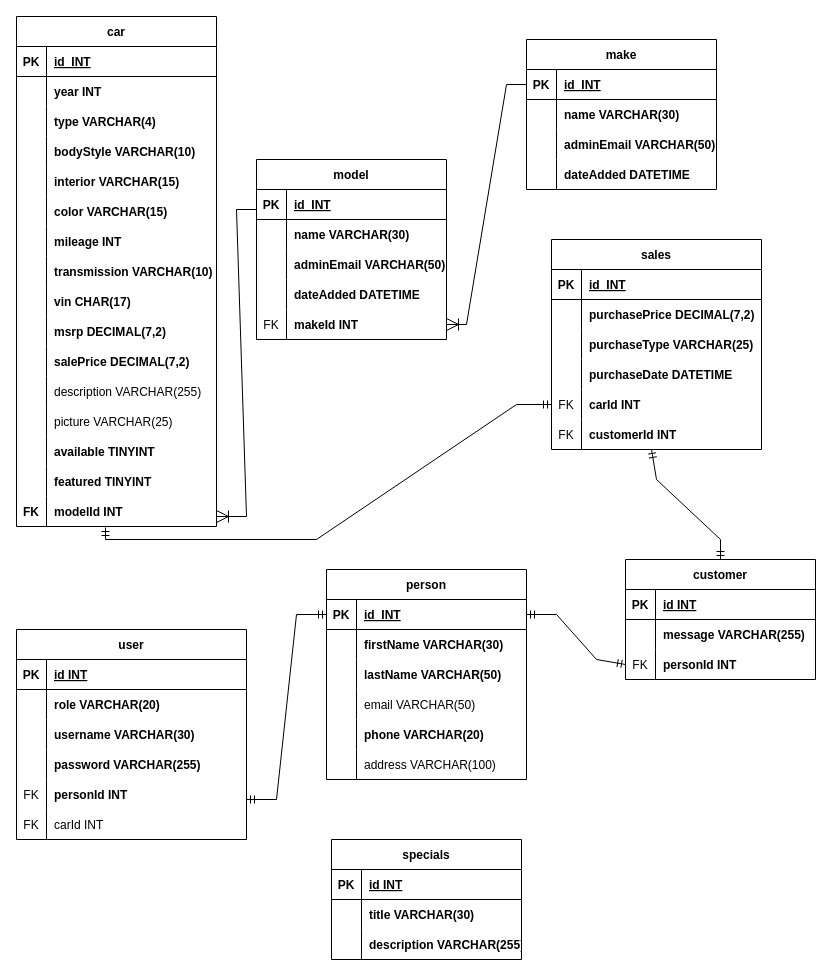
The draw.io diagram carDealerShipERD.drawio in josephc2195/CarDealership, before the edit. Source tidied: cells renumbered, new cells numbered last; positions are measured from the earlier drawing's top-left corner, leaving out a move shared by most shapes. Both pictures are drawn from the tidied source at 100%, with x=0, y=0 at pixel (16, 16).
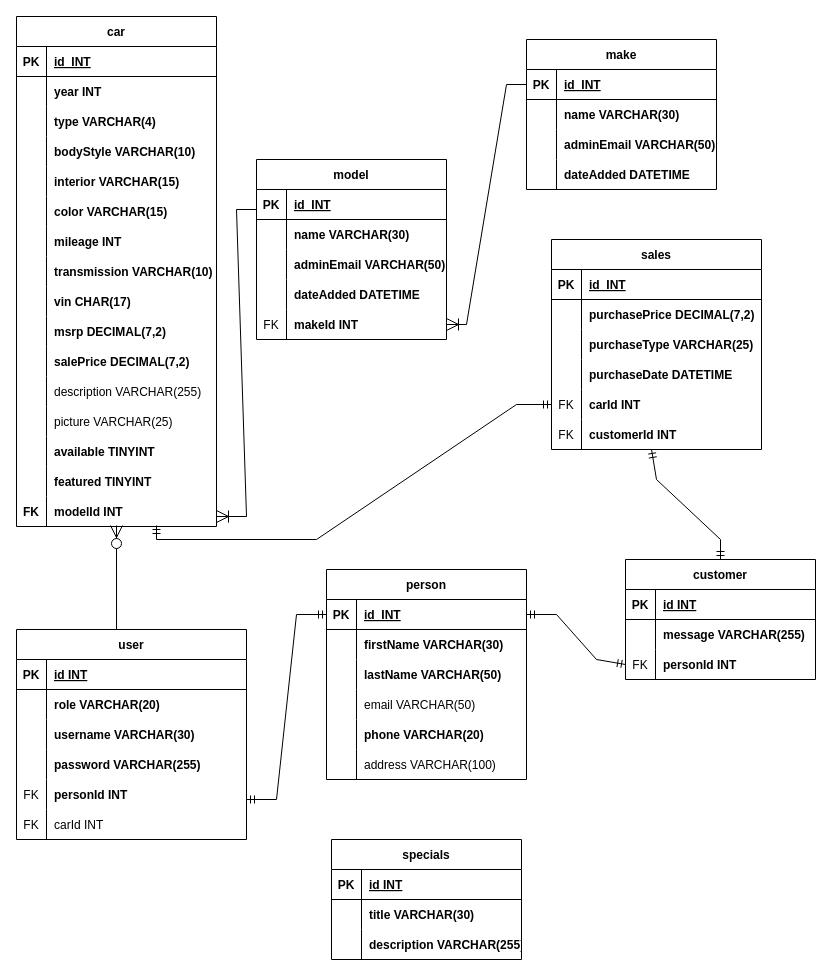
Above is the later version.

The change refers to these unchanged cells:
```xml
<mxCell id="48" style="shape=tableRow;horizontal=0;startSize=0;swimlaneHead=0;swimlaneBody=0;fillColor=none;points=[[0,0.5],[1,0.5]];portConstraint=eastwest;top=0;left=0;right=0;bottom=0;" parent="2" vertex="1">
  <mxGeometry y="480" width="200" height="30" as="geometry" />
</mxCell>
<mxCell id="70" value="user" style="shape=table;startSize=30;childLayout=tableLayout;rowLines=0;fontStyle=1;align=center;" parent="1" vertex="1">
  <mxGeometry y="613" width="230" height="210" as="geometry" />
</mxCell>
<mxCell id="122" style="shape=tableRow;horizontal=0;startSize=0;swimlaneHead=0;swimlaneBody=0;fillColor=none;points=[[0,0.5],[1,0.5]];portConstraint=eastwest;top=0;left=0;right=0;bottom=0;" parent="109" vertex="1">
  <mxGeometry y="150" width="210" height="30" as="geometry" />
</mxCell>
```

Change to the diagram source:
```diff
@@
-    <mxCell id="159" style="fontSize=12;html=1;endArrow=ERmandOne;startArrow=ERmandOne;rounded=0;entryX=0;entryY=0.5;entryDx=0;entryDy=0;exitX=0.445;exitY=1.033;exitDx=0;exitDy=0;exitPerimeter=0;" parent="1" edge="1" source="48" target="122">
+    <mxCell id="159" style="fontSize=12;html=1;endArrow=ERmandOne;startArrow=ERmandOne;rounded=0;entryX=0;entryY=0.5;entryDx=0;entryDy=0;exitX=0.7;exitY=0.967;exitDx=0;exitDy=0;exitPerimeter=0;" parent="1" edge="1" source="48" target="122">
       <mxGeometry relative="1" as="geometry">
         <Array as="points">
-          <mxPoint x="89" y="523" />
+          <mxPoint x="140" y="523" />
           <mxPoint x="300" y="523" />
           <mxPoint x="500" y="388" />
         </Array>
       </mxGeometry>
     </mxCell>
@@
+    <mxCell id="163" style="fontSize=12;html=1;endArrow=ERzeroToMany;endFill=1;rounded=0;exitX=0.435;exitY=0;exitDx=0;exitDy=0;exitPerimeter=0;entryX=0.5;entryY=0.967;entryDx=0;entryDy=0;entryPerimeter=0;endSize=10;startSize=8;" parent="1" edge="1" source="70" target="48">
+      <mxGeometry relative="1" as="geometry" />
+    </mxCell>
```
